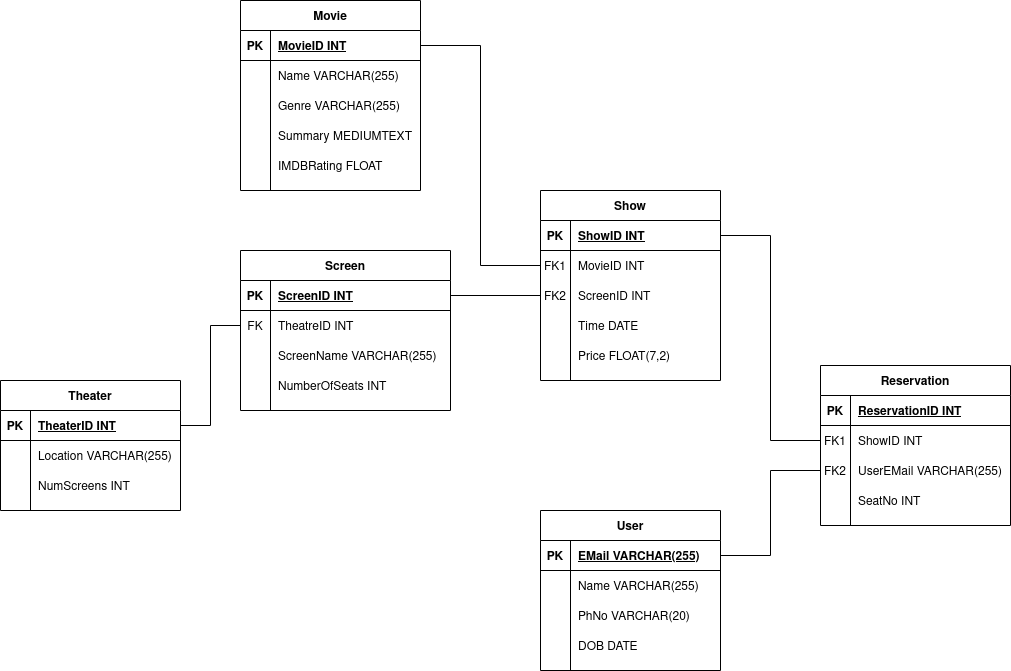
This is Architecture Diagrams/Movie DB-Relational Model.png from alti-tude/distributed_dbms, a draw.io export, as it was before one commit. Source tidied: cells renumbered, new cells last; positions are measured from the earlier drawing's top-left corner, leaving out a move shared by most shapes.
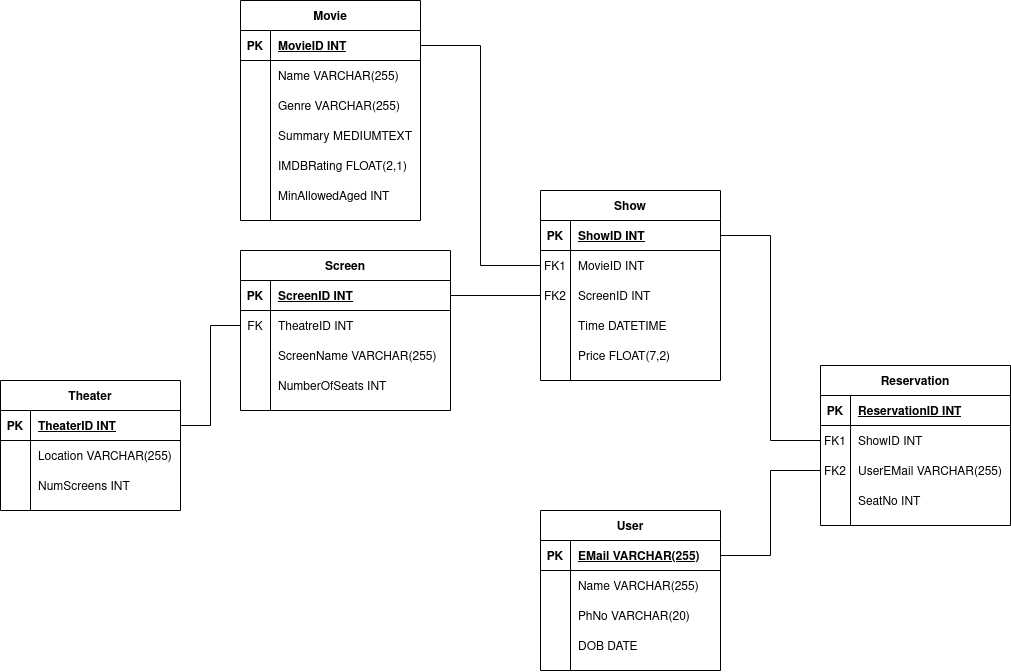
The same file after the commit.

The edit, as a diff of the source:
```diff
@@ -3,7 +3,7 @@
     <mxCell id="0" />
     <mxCell id="1" parent="0" />
     <mxCell id="2" value="Movie" style="shape=table;startSize=30;rowLines=0;fontStyle=1;align=center;" parent="1" vertex="1">
-      <mxGeometry x="240" width="180" height="190" as="geometry" />
+      <mxGeometry x="240" width="180" height="220" as="geometry" />
     </mxCell>
     <mxCell id="3" style="shape=partialRectangle;fillColor=none;top=0;left=0;bottom=1;right=0;points=[[0,0.5],[1,0.5]];portConstraint=eastwest;" parent="2" vertex="1">
       <mxGeometry y="30" width="180" height="30" as="geometry" />
@@ -47,9 +47,18 @@
     <mxCell id="16" style="shape=partialRectangle;fillColor=none;top=0;left=0;bottom=0;right=0;overflow=hidden;" parent="15" vertex="1">
       <mxGeometry width="30" height="30" as="geometry" />
     </mxCell>
-    <mxCell id="17" value="IMDBRating FLOAT" style="shape=partialRectangle;fillColor=none;top=0;left=0;bottom=0;right=0;align=left;spacingLeft=6;overflow=hidden;" parent="15" vertex="1">
+    <mxCell id="17" value="IMDBRating FLOAT(2,1)" style="shape=partialRectangle;fillColor=none;top=0;left=0;bottom=0;right=0;align=left;spacingLeft=6;overflow=hidden;" parent="15" vertex="1">
       <mxGeometry x="30" width="150" height="30" as="geometry" />
     </mxCell>
+    <mxCell id="88" style="shape=partialRectangle;fillColor=none;top=0;left=0;bottom=0;right=0;" parent="2" vertex="1">
+      <mxGeometry y="180" width="180" height="30" as="geometry" />
+    </mxCell>
+    <mxCell id="89" style="shape=partialRectangle;fillColor=none;top=0;left=0;bottom=0;right=0;overflow=hidden;" parent="88" vertex="1">
+      <mxGeometry width="30" height="30" as="geometry" />
+    </mxCell>
+    <mxCell id="90" value="MinAllowedAged INT" style="shape=partialRectangle;fillColor=none;top=0;left=0;bottom=0;right=0;align=left;spacingLeft=6;overflow=hidden;" parent="88" vertex="1">
+      <mxGeometry x="30" width="150" height="30" as="geometry" />
+    </mxCell>
     <mxCell id="18" value="Theater" style="shape=table;startSize=30;rowLines=0;fontStyle=1;align=center;" parent="1" vertex="1">
       <mxGeometry y="380" width="180" height="130" as="geometry" />
     </mxCell>
@@ -155,7 +164,7 @@
     <mxCell id="52" style="shape=partialRectangle;fillColor=none;top=0;left=0;bottom=0;right=0;overflow=hidden;" parent="51" vertex="1">
       <mxGeometry width="30" height="30" as="geometry" />
     </mxCell>
-    <mxCell id="53" value="Time DATE" style="shape=partialRectangle;fillColor=none;top=0;left=0;bottom=0;right=0;align=left;spacingLeft=6;overflow=hidden;" parent="51" vertex="1">
+    <mxCell id="53" value="Time DATETIME" style="shape=partialRectangle;fillColor=none;top=0;left=0;bottom=0;right=0;align=left;spacingLeft=6;overflow=hidden;" parent="51" vertex="1">
       <mxGeometry x="30" width="150" height="30" as="geometry" />
     </mxCell>
     <mxCell id="54" style="shape=partialRectangle;fillColor=none;top=0;left=0;bottom=0;right=0;" parent="41" vertex="1">
```
